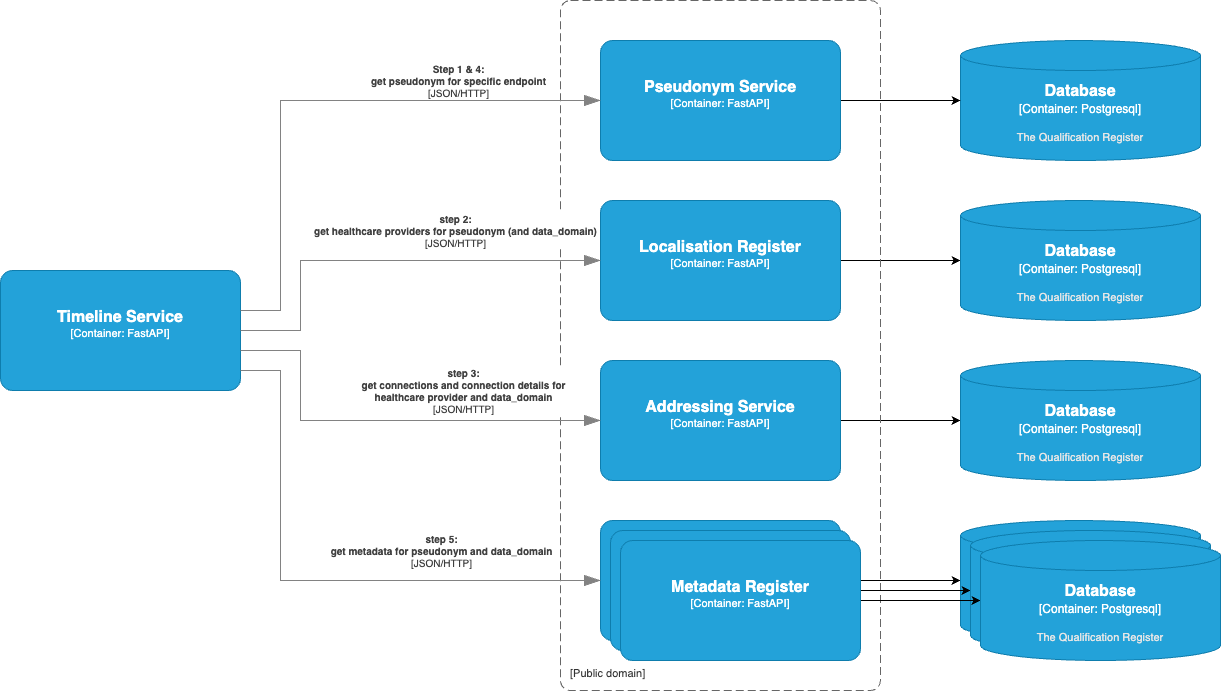
Earlier version of the draw.io export assets/system.png (minvws/gfmodules-coordination). Source tidied: cells renumbered, new cells last; positions are measured from the earlier drawing's top-left corner, leaving out a move shared by most shapes.
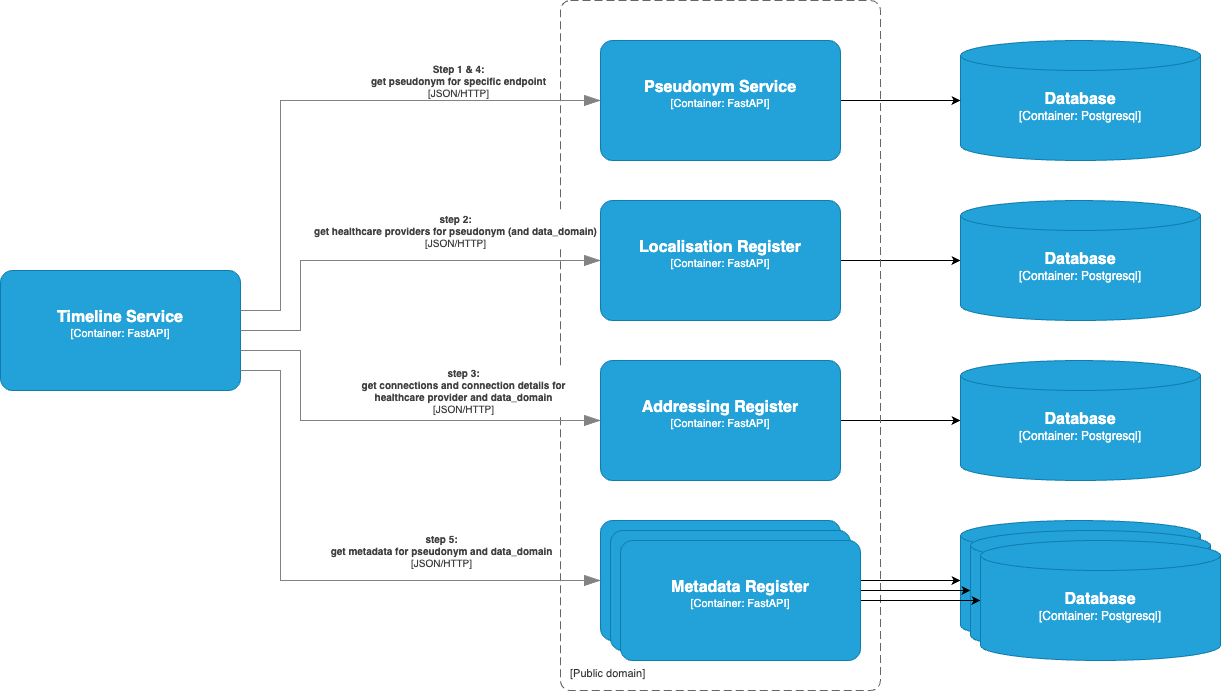
The same file after the commit.

Change to the diagram source:
```diff
@@ -2,7 +2,7 @@
   <root>
     <mxCell id="0" />
     <mxCell id="1" parent="0" />
-    <object id="2" label="&lt;font style=&quot;font-size: 16px&quot;&gt;&lt;b&gt;%c4Type%&lt;/b&gt;&lt;/font&gt;&lt;div&gt;[%c4Container%:&amp;nbsp;%c4Technology%]&lt;/div&gt;&lt;br&gt;&lt;div&gt;&lt;font style=&quot;font-size: 11px&quot;&gt;&lt;font color=&quot;#E6E6E6&quot;&gt;%c4Description%&lt;/font&gt;&lt;/div&gt;" c4Container="Container" c4Description="The Qualification Register" c4Technology="Postgresql" c4Type="Database" placeholders="1">
+    <object id="2" label="&lt;font style=&quot;font-size: 16px&quot;&gt;&lt;b&gt;%c4Type%&lt;/b&gt;&lt;/font&gt;&lt;div&gt;[%c4Container%:&amp;nbsp;%c4Technology%]&lt;/div&gt;&lt;br&gt;&lt;div&gt;&lt;font style=&quot;font-size: 11px&quot;&gt;&lt;font color=&quot;#E6E6E6&quot;&gt;%c4Description%&lt;/font&gt;&lt;/div&gt;" c4Container="Container" c4Description="" c4Technology="Postgresql" c4Type="Database" placeholders="1">
       <mxCell style="shape=cylinder3;size=15;whiteSpace=wrap;html=1;boundedLbl=1;rounded=0;labelBackgroundColor=none;fillColor=#23A2D9;fontSize=12;fontColor=#ffffff;align=center;strokeColor=#0E7DAD;points=[[0.5,0,0],[1,0.25,0],[1,0.5,0],[1,0.75,0],[0.5,1,0],[0,0.75,0],[0,0.5,0],[0,0.25,0]];" parent="1" vertex="1">
         <mxGeometry x="960" y="40" width="240" height="120" as="geometry" />
       </mxCell>
@@ -26,7 +26,7 @@
     <mxCell id="7" style="edgeStyle=orthogonalEdgeStyle;rounded=0;jettySize=auto;html=1;" parent="1" edge="1" source="8" target="13">
       <mxGeometry relative="1" as="geometry" />
     </mxCell>
-    <object id="8" label="&lt;font style=&quot;font-size: 16px&quot;&gt;&lt;b&gt;%c4Name%&lt;/b&gt;&lt;/font&gt;&lt;div&gt;[%c4Type%: %c4Technology%]&lt;/div&gt;&lt;br&gt;&lt;div&gt;&lt;font style=&quot;font-size: 11px&quot;&gt;&lt;font color=&quot;#E6E6E6&quot;&gt;%c4Description%&lt;/font&gt;&lt;/div&gt;" c4Description="" c4Name="Addressing Service" c4Technology="FastAPI" c4Type="Container" placeholders="1">
+    <object id="8" label="&lt;font style=&quot;font-size: 16px&quot;&gt;&lt;b&gt;%c4Name%&lt;/b&gt;&lt;/font&gt;&lt;div&gt;[%c4Type%: %c4Technology%]&lt;/div&gt;&lt;br&gt;&lt;div&gt;&lt;font style=&quot;font-size: 11px&quot;&gt;&lt;font color=&quot;#E6E6E6&quot;&gt;%c4Description%&lt;/font&gt;&lt;/div&gt;" c4Description="" c4Name="Addressing Register" c4Technology="FastAPI" c4Type="Container" placeholders="1">
       <mxCell style="rounded=1;whiteSpace=wrap;html=1;fontSize=11;labelBackgroundColor=none;fillColor=#23A2D9;fontColor=#ffffff;align=center;arcSize=10;strokeColor=#0E7DAD;points=[[0.25,0,0],[0.5,0,0],[0.75,0,0],[1,0.25,0],[1,0.5,0],[1,0.75,0],[0.75,1,0],[0.5,1,0],[0.25,1,0],[0,0.75,0],[0,0.5,0],[0,0.25,0]];" parent="1" vertex="1">
         <mxGeometry x="600" y="360" width="240" height="120" as="geometry" />
       </mxCell>
@@ -44,17 +44,17 @@
         <mxGeometry y="270" width="240" height="120" as="geometry" />
       </mxCell>
     </object>
-    <object id="12" label="&lt;font style=&quot;font-size: 16px&quot;&gt;&lt;b&gt;%c4Type%&lt;/b&gt;&lt;/font&gt;&lt;div&gt;[%c4Container%:&amp;nbsp;%c4Technology%]&lt;/div&gt;&lt;br&gt;&lt;div&gt;&lt;font style=&quot;font-size: 11px&quot;&gt;&lt;font color=&quot;#E6E6E6&quot;&gt;%c4Description%&lt;/font&gt;&lt;/div&gt;" c4Container="Container" c4Description="The Qualification Register" c4Technology="Postgresql" c4Type="Database" placeholders="1">
+    <object id="12" label="&lt;font style=&quot;font-size: 16px&quot;&gt;&lt;b&gt;%c4Type%&lt;/b&gt;&lt;/font&gt;&lt;div&gt;[%c4Container%:&amp;nbsp;%c4Technology%]&lt;/div&gt;&lt;br&gt;&lt;div&gt;&lt;font style=&quot;font-size: 11px&quot;&gt;&lt;font color=&quot;#E6E6E6&quot;&gt;%c4Description%&lt;/font&gt;&lt;/div&gt;" c4Container="Container" c4Description="" c4Technology="Postgresql" c4Type="Database" placeholders="1">
       <mxCell style="shape=cylinder3;size=15;whiteSpace=wrap;html=1;boundedLbl=1;rounded=0;labelBackgroundColor=none;fillColor=#23A2D9;fontSize=12;fontColor=#ffffff;align=center;strokeColor=#0E7DAD;points=[[0.5,0,0],[1,0.25,0],[1,0.5,0],[1,0.75,0],[0.5,1,0],[0,0.75,0],[0,0.5,0],[0,0.25,0]];" parent="1" vertex="1">
         <mxGeometry x="960" y="200" width="240" height="120" as="geometry" />
       </mxCell>
     </object>
-    <object id="13" label="&lt;font style=&quot;font-size: 16px&quot;&gt;&lt;b&gt;%c4Type%&lt;/b&gt;&lt;/font&gt;&lt;div&gt;[%c4Container%:&amp;nbsp;%c4Technology%]&lt;/div&gt;&lt;br&gt;&lt;div&gt;&lt;font style=&quot;font-size: 11px&quot;&gt;&lt;font color=&quot;#E6E6E6&quot;&gt;%c4Description%&lt;/font&gt;&lt;/div&gt;" c4Container="Container" c4Description="The Qualification Register" c4Technology="Postgresql" c4Type="Database" placeholders="1">
+    <object id="13" label="&lt;font style=&quot;font-size: 16px&quot;&gt;&lt;b&gt;%c4Type%&lt;/b&gt;&lt;/font&gt;&lt;div&gt;[%c4Container%:&amp;nbsp;%c4Technology%]&lt;/div&gt;&lt;br&gt;&lt;div&gt;&lt;font style=&quot;font-size: 11px&quot;&gt;&lt;font color=&quot;#E6E6E6&quot;&gt;%c4Description%&lt;/font&gt;&lt;/div&gt;" c4Container="Container" c4Description="" c4Technology="Postgresql" c4Type="Database" placeholders="1">
       <mxCell style="shape=cylinder3;size=15;whiteSpace=wrap;html=1;boundedLbl=1;rounded=0;labelBackgroundColor=none;fillColor=#23A2D9;fontSize=12;fontColor=#ffffff;align=center;strokeColor=#0E7DAD;points=[[0.5,0,0],[1,0.25,0],[1,0.5,0],[1,0.75,0],[0.5,1,0],[0,0.75,0],[0,0.5,0],[0,0.25,0]];" parent="1" vertex="1">
         <mxGeometry x="960" y="360" width="240" height="120" as="geometry" />
       </mxCell>
     </object>
-    <object id="14" label="&lt;font style=&quot;font-size: 16px&quot;&gt;&lt;b&gt;%c4Type%&lt;/b&gt;&lt;/font&gt;&lt;div&gt;[%c4Container%:&amp;nbsp;%c4Technology%]&lt;/div&gt;&lt;br&gt;&lt;div&gt;&lt;font style=&quot;font-size: 11px&quot;&gt;&lt;font color=&quot;#E6E6E6&quot;&gt;%c4Description%&lt;/font&gt;&lt;/div&gt;" c4Container="Container" c4Description="The Qualification Register" c4Technology="Postgresql" c4Type="Database" placeholders="1">
+    <object id="14" label="&lt;font style=&quot;font-size: 16px&quot;&gt;&lt;b&gt;%c4Type%&lt;/b&gt;&lt;/font&gt;&lt;div&gt;[%c4Container%:&amp;nbsp;%c4Technology%]&lt;/div&gt;&lt;br&gt;&lt;div&gt;&lt;font style=&quot;font-size: 11px&quot;&gt;&lt;font color=&quot;#E6E6E6&quot;&gt;%c4Description%&lt;/font&gt;&lt;/div&gt;" c4Container="Container" c4Description="" c4Technology="Postgresql" c4Type="Database" placeholders="1">
       <mxCell style="shape=cylinder3;size=15;whiteSpace=wrap;html=1;boundedLbl=1;rounded=0;labelBackgroundColor=none;fillColor=#23A2D9;fontSize=12;fontColor=#ffffff;align=center;strokeColor=#0E7DAD;points=[[0.5,0,0],[1,0.25,0],[1,0.5,0],[1,0.75,0],[0.5,1,0],[0,0.75,0],[0,0.5,0],[0,0.25,0]];" parent="1" vertex="1">
         <mxGeometry x="960" y="520" width="240" height="120" as="geometry" />
       </mxCell>
@@ -72,7 +72,7 @@
         <mxGeometry x="610" y="530" width="240" height="120" as="geometry" />
       </mxCell>
     </object>
-    <object id="18" label="&lt;font style=&quot;font-size: 16px&quot;&gt;&lt;b&gt;%c4Type%&lt;/b&gt;&lt;/font&gt;&lt;div&gt;[%c4Container%:&amp;nbsp;%c4Technology%]&lt;/div&gt;&lt;br&gt;&lt;div&gt;&lt;font style=&quot;font-size: 11px&quot;&gt;&lt;font color=&quot;#E6E6E6&quot;&gt;%c4Description%&lt;/font&gt;&lt;/div&gt;" c4Container="Container" c4Description="The Qualification Register" c4Technology="Postgresql" c4Type="Database" placeholders="1">
+    <object id="18" label="&lt;font style=&quot;font-size: 16px&quot;&gt;&lt;b&gt;%c4Type%&lt;/b&gt;&lt;/font&gt;&lt;div&gt;[%c4Container%:&amp;nbsp;%c4Technology%]&lt;/div&gt;&lt;br&gt;&lt;div&gt;&lt;font style=&quot;font-size: 11px&quot;&gt;&lt;font color=&quot;#E6E6E6&quot;&gt;%c4Description%&lt;/font&gt;&lt;/div&gt;" c4Container="Container" c4Description="" c4Technology="Postgresql" c4Type="Database" placeholders="1">
       <mxCell style="shape=cylinder3;size=15;whiteSpace=wrap;html=1;boundedLbl=1;rounded=0;labelBackgroundColor=none;fillColor=#23A2D9;fontSize=12;fontColor=#ffffff;align=center;strokeColor=#0E7DAD;points=[[0.5,0,0],[1,0.25,0],[1,0.5,0],[1,0.75,0],[0.5,1,0],[0,0.75,0],[0,0.5,0],[0,0.25,0]];" parent="1" vertex="1">
         <mxGeometry x="970" y="530" width="240" height="120" as="geometry" />
       </mxCell>
@@ -85,7 +85,7 @@
         <mxGeometry x="620" y="540" width="240" height="120" as="geometry" />
       </mxCell>
     </object>
-    <object id="21" label="&lt;font style=&quot;font-size: 16px&quot;&gt;&lt;b&gt;%c4Type%&lt;/b&gt;&lt;/font&gt;&lt;div&gt;[%c4Container%:&amp;nbsp;%c4Technology%]&lt;/div&gt;&lt;br&gt;&lt;div&gt;&lt;font style=&quot;font-size: 11px&quot;&gt;&lt;font color=&quot;#E6E6E6&quot;&gt;%c4Description%&lt;/font&gt;&lt;/div&gt;" c4Container="Container" c4Description="The Qualification Register" c4Technology="Postgresql" c4Type="Database" placeholders="1">
+    <object id="21" label="&lt;font style=&quot;font-size: 16px&quot;&gt;&lt;b&gt;%c4Type%&lt;/b&gt;&lt;/font&gt;&lt;div&gt;[%c4Container%:&amp;nbsp;%c4Technology%]&lt;/div&gt;&lt;br&gt;&lt;div&gt;&lt;font style=&quot;font-size: 11px&quot;&gt;&lt;font color=&quot;#E6E6E6&quot;&gt;%c4Description%&lt;/font&gt;&lt;/div&gt;" c4Container="Container" c4Description="" c4Technology="Postgresql" c4Type="Database" placeholders="1">
       <mxCell style="shape=cylinder3;size=15;whiteSpace=wrap;html=1;boundedLbl=1;rounded=0;labelBackgroundColor=none;fillColor=#23A2D9;fontSize=12;fontColor=#ffffff;align=center;strokeColor=#0E7DAD;points=[[0.5,0,0],[1,0.25,0],[1,0.5,0],[1,0.75,0],[0.5,1,0],[0,0.75,0],[0,0.5,0],[0,0.25,0]];" parent="1" vertex="1">
         <mxGeometry x="980" y="540" width="240" height="120" as="geometry" />
       </mxCell>
```
